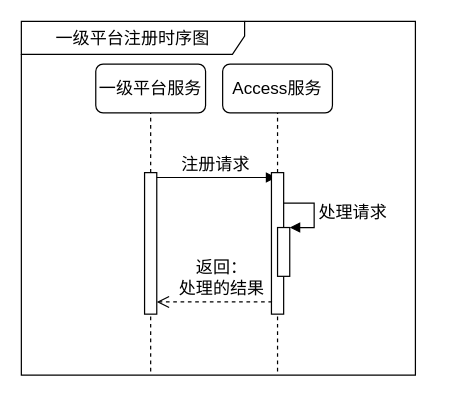
This is sequence-register.drawio from waterwatermelon/graph, a draw.io file, before an edit. Source tidied: cells renumbered, new cells numbered last; positions are measured from the earlier drawing's top-left corner, leaving out a move shared by most shapes. Both pictures are drawn from the tidied source at 122%, with x=0, y=0 at pixel (21, 21).
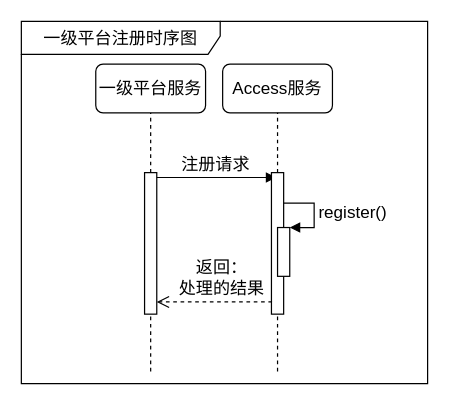
After the change.

The change refers to these unchanged cells:
```xml
<mxCell id="13" style="html=1;points=[];perimeter=orthogonalPerimeter;fontSize=14;" parent="1" vertex="1">
  <mxGeometry x="210" y="169" width="10" height="40" as="geometry" />
</mxCell>
```

The edit, as a diff of the source:
```diff
@@
-    <mxCell id="3" value="&lt;font style=&quot;font-size: 14px&quot;&gt;一级平台注册时序图&lt;/font&gt;" style="shape=umlFrame;whiteSpace=wrap;html=1;width=183;height=27;" parent="1" vertex="1">
-      <mxGeometry width="323" height="290" as="geometry" />
+    <mxCell id="3" value="&lt;font style=&quot;font-size: 14px&quot;&gt;一级平台注册时序图&lt;/font&gt;" style="shape=umlFrame;whiteSpace=wrap;html=1;width=163;height=27;" parent="1" vertex="1">
+      <mxGeometry width="333" height="297" as="geometry" />
     </mxCell>
@@
-    <mxCell id="14" value="处理请求" style="edgeStyle=orthogonalEdgeStyle;html=1;align=left;spacingLeft=2;endArrow=block;rounded=0;entryX=1;entryY=0;strokeWidth=1;fontSize=14;" parent="1" edge="1" target="13">
+    <mxCell id="14" value="register()" style="edgeStyle=orthogonalEdgeStyle;html=1;align=left;spacingLeft=2;endArrow=block;rounded=0;entryX=1;entryY=0;strokeWidth=1;fontSize=14;" parent="1" edge="1" target="13">
       <mxGeometry relative="1" as="geometry">
         <mxPoint x="215" y="149" as="sourcePoint" />
         <Array as="points">
           <mxPoint x="240" y="149" />
         </Array>
       </mxGeometry>
     </mxCell>
```
